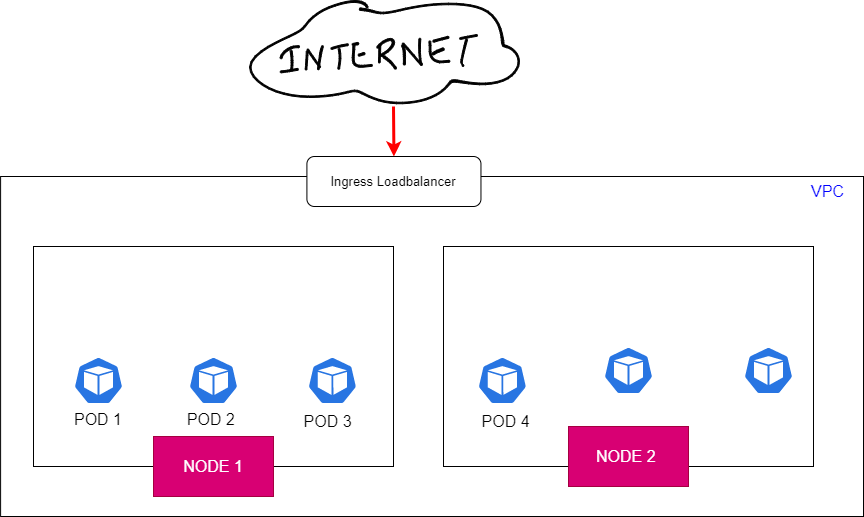
Before: Page_images/Ingress_network.png, a diagram exported from draw.io (dikshita-git/RP_Study-on-Ingress-and-its-security-IPv4-IPv6-). Source tidied: cells renumbered, new cells last; positions are measured from the earlier drawing's top-left corner, leaving out a move shared by most shapes.
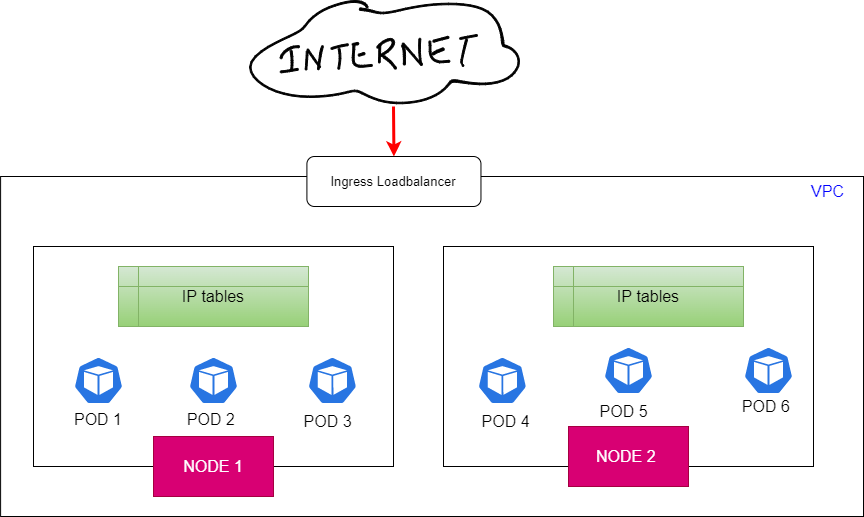
Later version of the same file.

What changed in the source:
```diff
@@ -124,5 +124,17 @@
     <mxCell id="41" value="&lt;font color=&quot;#000000&quot;&gt;POD 4&amp;nbsp;&amp;nbsp;&lt;/font&gt;" style="text;html=1;strokeColor=none;fillColor=none;align=center;verticalAlign=middle;whiteSpace=wrap;rounded=0;fontSize=16;fontColor=#0000FF;" parent="1" vertex="1">
       <mxGeometry x="480.5" y="406" width="60" height="30" as="geometry" />
     </mxCell>
+    <mxCell id="42" value="&lt;font color=&quot;#000000&quot;&gt;POD 5&amp;nbsp;&amp;nbsp;&lt;/font&gt;" style="text;html=1;strokeColor=none;fillColor=none;align=center;verticalAlign=middle;whiteSpace=wrap;rounded=0;fontSize=16;fontColor=#0000FF;" parent="1" vertex="1">
+      <mxGeometry x="598" y="396" width="60" height="30" as="geometry" />
+    </mxCell>
+    <mxCell id="43" value="&lt;font color=&quot;#000000&quot;&gt;POD 6&amp;nbsp; &amp;nbsp;&lt;/font&gt;" style="text;html=1;strokeColor=none;fillColor=none;align=center;verticalAlign=middle;whiteSpace=wrap;rounded=0;fontSize=16;fontColor=#0000FF;" parent="1" vertex="1">
+      <mxGeometry x="738" y="406" width="60" height="20" as="geometry" />
+    </mxCell>
+    <mxCell id="44" value="IP tables" style="shape=internalStorage;whiteSpace=wrap;html=1;backgroundOutline=1;fontSize=16;fillColor=#d5e8d4;strokeColor=#82b366;gradientColor=#97d077;" parent="1" vertex="1">
+      <mxGeometry x="118" y="266" width="190" height="60" as="geometry" />
+    </mxCell>
+    <mxCell id="45" value="IP tables" style="shape=internalStorage;whiteSpace=wrap;html=1;backgroundOutline=1;fontSize=16;fillColor=#d5e8d4;strokeColor=#82b366;gradientColor=#97d077;" parent="1" vertex="1">
+      <mxGeometry x="553" y="266" width="190" height="60" as="geometry" />
+    </mxCell>
   </root>
 </mxGraphModel>
```
